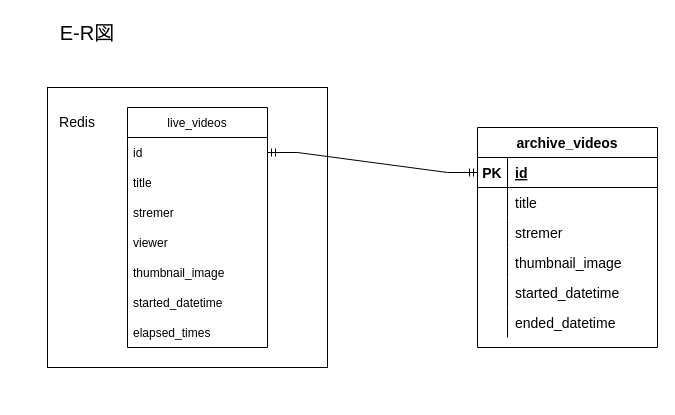
Before: page "E-R図" (2 of 2) of docs/要件.drawio in sokorahen-szk/rust-live, a draw.io diagram. Source tidied: cells renumbered, new cells numbered last; positions are measured from the earlier drawing's top-left corner, leaving out a move shared by most shapes. Both pictures are drawn from the tidied source at 100%, with x=0, y=0 at pixel (17, 17).
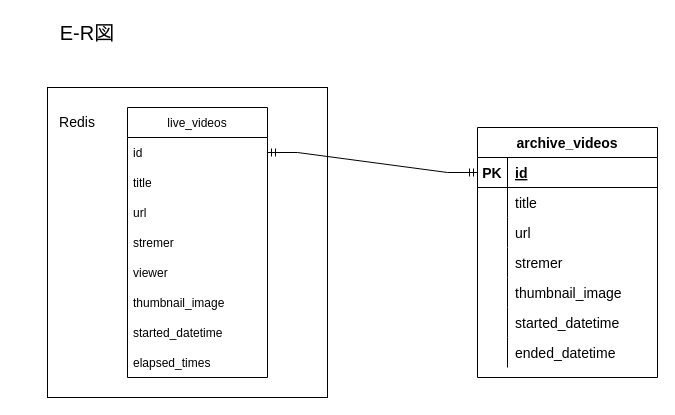
The same page after the edit.

Diff of the diagram source:
```diff
@@
+    <mxCell id="10" style="whiteSpace=wrap;html=1;fillColor=none;strokeColor=default;gradientColor=#ffffff;" parent="1" vertex="1">
+      <mxGeometry x="30" y="70" width="280" height="310" as="geometry" />
+    </mxCell>
     <mxCell id="2" value="live_videos" style="swimlane;fontStyle=0;horizontal=1;startSize=30;" parent="1" vertex="1">
-      <mxGeometry x="110" y="90" width="140" height="240" as="geometry" />
+      <mxGeometry x="110" y="90" width="140" height="270" as="geometry" />
     </mxCell>
@@
+    <mxCell id="33" value="url" style="text;strokeColor=none;fillColor=none;align=left;verticalAlign=middle;spacingLeft=4;spacingRight=4;overflow=hidden;" parent="2" vertex="1">
+      <mxGeometry y="90" width="140" height="30" as="geometry" />
+    </mxCell>
     <mxCell id="5" value="stremer" style="text;strokeColor=none;fillColor=none;align=left;verticalAlign=middle;spacingLeft=4;spacingRight=4;overflow=hidden;" parent="2" vertex="1">
-      <mxGeometry y="90" width="140" height="30" as="geometry" />
+      <mxGeometry y="120" width="140" height="30" as="geometry" />
     </mxCell>
     <mxCell id="6" value="viewer" style="text;strokeColor=none;fillColor=none;align=left;verticalAlign=middle;spacingLeft=4;spacingRight=4;overflow=hidden;" parent="2" vertex="1">
-      <mxGeometry y="120" width="140" height="30" as="geometry" />
+      <mxGeometry y="150" width="140" height="30" as="geometry" />
     </mxCell>
     <mxCell id="7" value="thumbnail_image" style="text;strokeColor=none;fillColor=none;align=left;verticalAlign=middle;spacingLeft=4;spacingRight=4;overflow=hidden;" parent="2" vertex="1">
-      <mxGeometry y="150" width="140" height="30" as="geometry" />
+      <mxGeometry y="180" width="140" height="30" as="geometry" />
     </mxCell>
     <mxCell id="8" value="started_datetime" style="text;strokeColor=none;fillColor=none;align=left;verticalAlign=middle;spacingLeft=4;spacingRight=4;overflow=hidden;" parent="2" vertex="1">
-      <mxGeometry y="180" width="140" height="30" as="geometry" />
+      <mxGeometry y="210" width="140" height="30" as="geometry" />
     </mxCell>
     <mxCell id="9" value="elapsed_times" style="text;strokeColor=none;fillColor=none;align=left;verticalAlign=middle;spacingLeft=4;spacingRight=4;overflow=hidden;" parent="2" vertex="1">
-      <mxGeometry y="210" width="140" height="30" as="geometry" />
+      <mxGeometry y="240" width="140" height="30" as="geometry" />
     </mxCell>
-    <mxCell id="10" style="whiteSpace=wrap;html=1;fillColor=none;" parent="1" vertex="1">
-      <mxGeometry x="30" y="70" width="280" height="280" as="geometry" />
-    </mxCell>
@@
     <mxCell id="12" value="archive_videos" style="shape=table;startSize=30;childLayout=tableLayout;rowLines=0;fontStyle=1;align=center;fontSize=14;fillColor=none;" parent="1" vertex="1">
-      <mxGeometry x="460" y="110" width="180" height="220" as="geometry" />
+      <mxGeometry x="460" y="110" width="180" height="250" as="geometry" />
     </mxCell>
@@
+    <mxCell id="34" style="shape=tableRow;horizontal=0;startSize=0;swimlaneHead=0;swimlaneBody=0;fillColor=none;top=0;left=0;right=0;bottom=0;fontSize=14;" parent="12" vertex="1">
+      <mxGeometry y="90" width="180" height="30" as="geometry" />
+    </mxCell>
+    <mxCell id="35" style="shape=partialRectangle;fillColor=none;top=0;left=0;bottom=0;right=0;overflow=hidden;fontSize=14;" parent="34" vertex="1">
+      <mxGeometry width="30" height="30" as="geometry" />
+    </mxCell>
+    <mxCell id="36" value="url" style="shape=partialRectangle;fillColor=none;top=0;left=0;bottom=0;right=0;align=left;spacingLeft=6;overflow=hidden;fontSize=14;" parent="34" vertex="1">
+      <mxGeometry x="30" width="150" height="30" as="geometry" />
+    </mxCell>
     <mxCell id="19" style="shape=tableRow;horizontal=0;startSize=0;swimlaneHead=0;swimlaneBody=0;fillColor=none;top=0;left=0;right=0;bottom=0;fontSize=14;" parent="12" vertex="1">
-      <mxGeometry y="90" width="180" height="30" as="geometry" />
+      <mxGeometry y="120" width="180" height="30" as="geometry" />
     </mxCell>
@@
     <mxCell id="22" style="shape=tableRow;horizontal=0;startSize=0;swimlaneHead=0;swimlaneBody=0;fillColor=none;top=0;left=0;right=0;bottom=0;fontSize=14;" parent="12" vertex="1">
-      <mxGeometry y="120" width="180" height="30" as="geometry" />
+      <mxGeometry y="150" width="180" height="30" as="geometry" />
     </mxCell>
@@
     <mxCell id="25" style="shape=tableRow;horizontal=0;startSize=0;swimlaneHead=0;swimlaneBody=0;fillColor=none;top=0;left=0;right=0;bottom=0;fontSize=14;" parent="12" vertex="1">
-      <mxGeometry y="150" width="180" height="30" as="geometry" />
+      <mxGeometry y="180" width="180" height="30" as="geometry" />
     </mxCell>
@@
     <mxCell id="28" style="shape=tableRow;horizontal=0;startSize=0;swimlaneHead=0;swimlaneBody=0;fillColor=none;top=0;left=0;right=0;bottom=0;fontSize=14;" parent="12" vertex="1">
-      <mxGeometry y="180" width="180" height="30" as="geometry" />
+      <mxGeometry y="210" width="180" height="30" as="geometry" />
     </mxCell>
```
